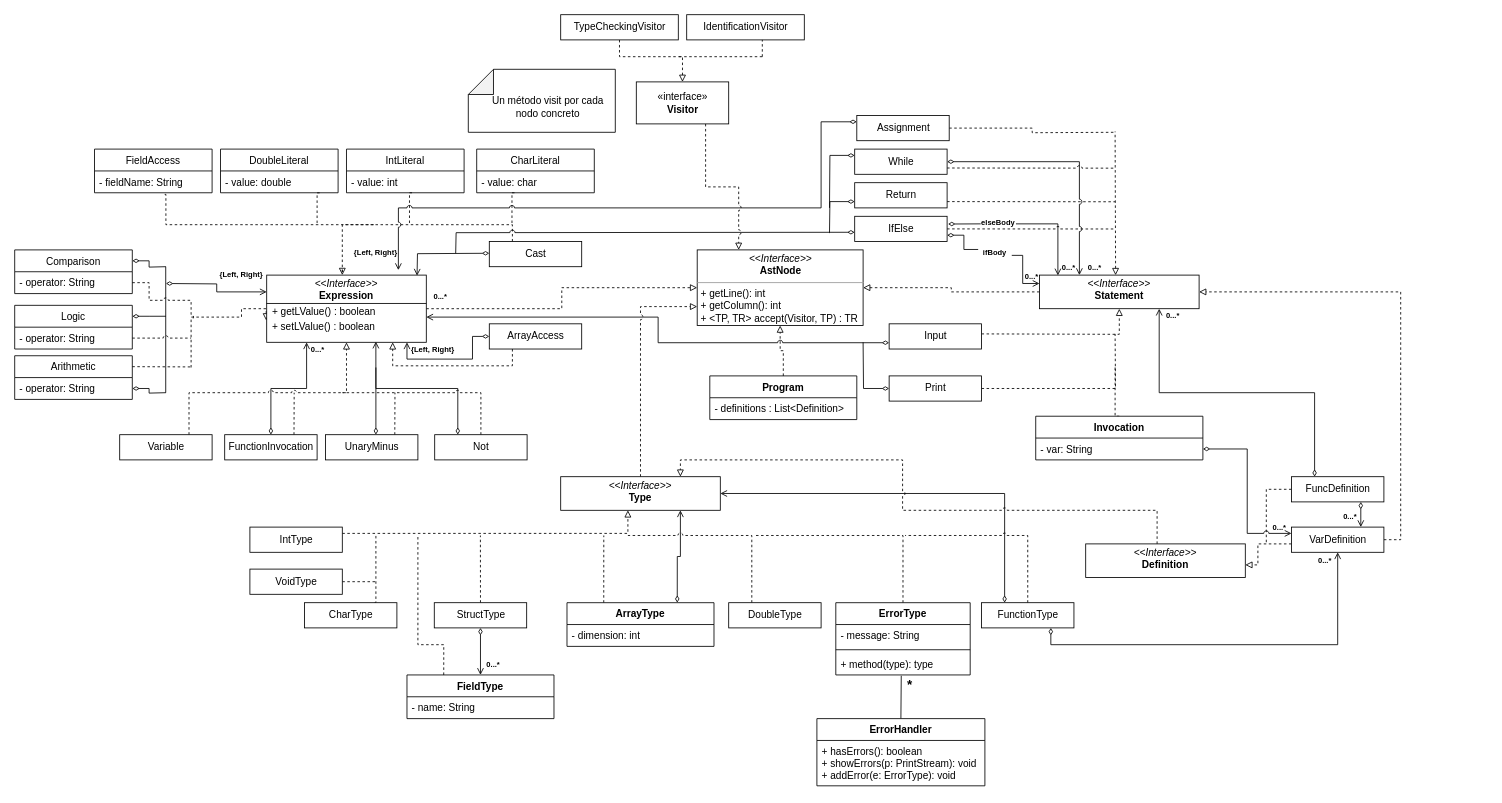
Before: diseño.drawio in sergiomalv/dlp, a draw.io diagram. Source tidied: cells renumbered, new cells numbered last; positions are measured from the earlier drawing's top-left corner, leaving out a move shared by most shapes. Both pictures are drawn from the tidied source at 84%, with x=0, y=0 at pixel (14, 14).
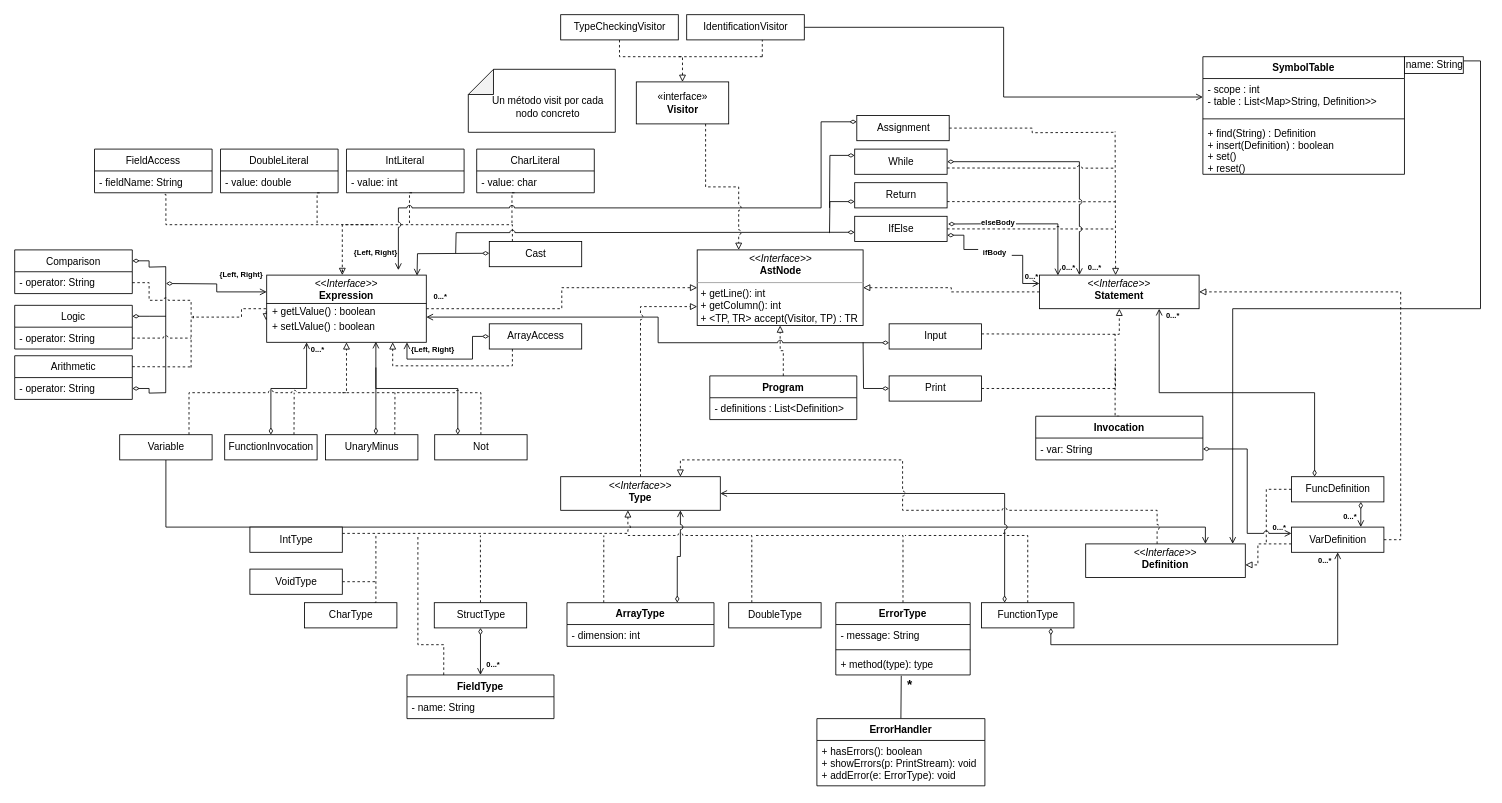
The same diagram, later.

Unchanged cells that the change refers to:
```xml
<mxCell id="35" value="Variable" style="html=1;" parent="1" vertex="1">
  <mxGeometry x="125" y="500" width="110" height="30" as="geometry" />
</mxCell>
<mxCell id="127" value="&lt;p style=&quot;margin: 0px ; margin-top: 4px ; text-align: center&quot;&gt;&lt;i&gt;&amp;lt;&amp;lt;Interface&amp;gt;&amp;gt;&lt;/i&gt;&lt;br&gt;&lt;b&gt;Definition&lt;/b&gt;&lt;/p&gt;" style="verticalAlign=top;align=left;overflow=fill;fontSize=12;fontFamily=Helvetica;html=1;" parent="1" vertex="1">
  <mxGeometry x="1275" y="630" width="190" height="40" as="geometry" />
</mxCell>
<mxCell id="144" value="IdentificationVisitor" style="html=1;" parent="1" vertex="1">
  <mxGeometry x="800" width="140" height="30" as="geometry" />
</mxCell>
```

Diff of the diagram source:
```diff
@@
+    <mxCell id="150" style="edgeStyle=orthogonalEdgeStyle;rounded=0;jettySize=auto;html=1;exitX=0.5;exitY=1;exitDx=0;exitDy=0;entryX=0.75;entryY=0;entryDx=0;entryDy=0;endArrow=open;endFill=0;" parent="1" edge="1" source="35" target="127">
+      <mxGeometry relative="1" as="geometry">
+        <Array as="points">
+          <mxPoint x="180" y="610" />
+          <mxPoint x="1418" y="610" />
+        </Array>
+      </mxGeometry>
+    </mxCell>
@@
+    <mxCell id="151" style="edgeStyle=orthogonalEdgeStyle;rounded=0;jettySize=auto;html=1;exitX=1;exitY=0.5;exitDx=0;exitDy=0;entryX=0;entryY=0.5;entryDx=0;entryDy=0;endArrow=open;endFill=0;" parent="1" edge="1" source="144" target="153">
+      <mxGeometry relative="1" as="geometry" />
+    </mxCell>
@@
+    <mxCell id="152" value="SymbolTable" style="swimlane;fontStyle=1;align=center;verticalAlign=top;horizontal=1;startSize=26;" parent="1" vertex="1">
+      <mxGeometry x="1414.5" y="50" width="240" height="140" as="geometry" />
+    </mxCell>
+    <mxCell id="153" value="- scope : int&#10;- table : List&lt;Map&gt;String, Definition&gt;&gt;" style="text;strokeColor=none;fillColor=none;align=left;verticalAlign=top;spacingLeft=4;spacingRight=4;overflow=hidden;points=[[0,0.5],[1,0.5]];portConstraint=eastwest;" parent="152" vertex="1">
+      <mxGeometry y="26" width="240" height="44" as="geometry" />
+    </mxCell>
+    <mxCell id="154" style="line;strokeWidth=1;fillColor=none;align=left;verticalAlign=middle;spacingTop=-1;spacingLeft=3;spacingRight=3;labelPosition=right;" parent="152" vertex="1">
+      <mxGeometry y="70" width="240" height="8" as="geometry" />
+    </mxCell>
+    <mxCell id="155" value="+ find(String) : Definition&#10;+ insert(Definition) : boolean&#10;+ set()&#10;+ reset()" style="text;strokeColor=none;fillColor=none;align=left;verticalAlign=top;spacingLeft=4;spacingRight=4;overflow=hidden;" parent="152" vertex="1">
+      <mxGeometry y="78" width="240" height="62" as="geometry" />
+    </mxCell>
+    <mxCell id="156" style="edgeStyle=orthogonalEdgeStyle;rounded=0;jettySize=auto;html=1;exitX=1;exitY=0.25;exitDx=0;exitDy=0;endArrow=open;endFill=0;" parent="1" edge="1" source="157" target="127">
+      <mxGeometry relative="1" as="geometry">
+        <Array as="points">
+          <mxPoint x="1745" y="55" />
+          <mxPoint x="1745" y="350" />
+          <mxPoint x="1450" y="350" />
+        </Array>
+      </mxGeometry>
+    </mxCell>
+    <mxCell id="157" value="name: String" style="html=1;" parent="1" vertex="1">
+      <mxGeometry x="1654.5" y="50" width="70" height="20" as="geometry" />
+    </mxCell>
```
